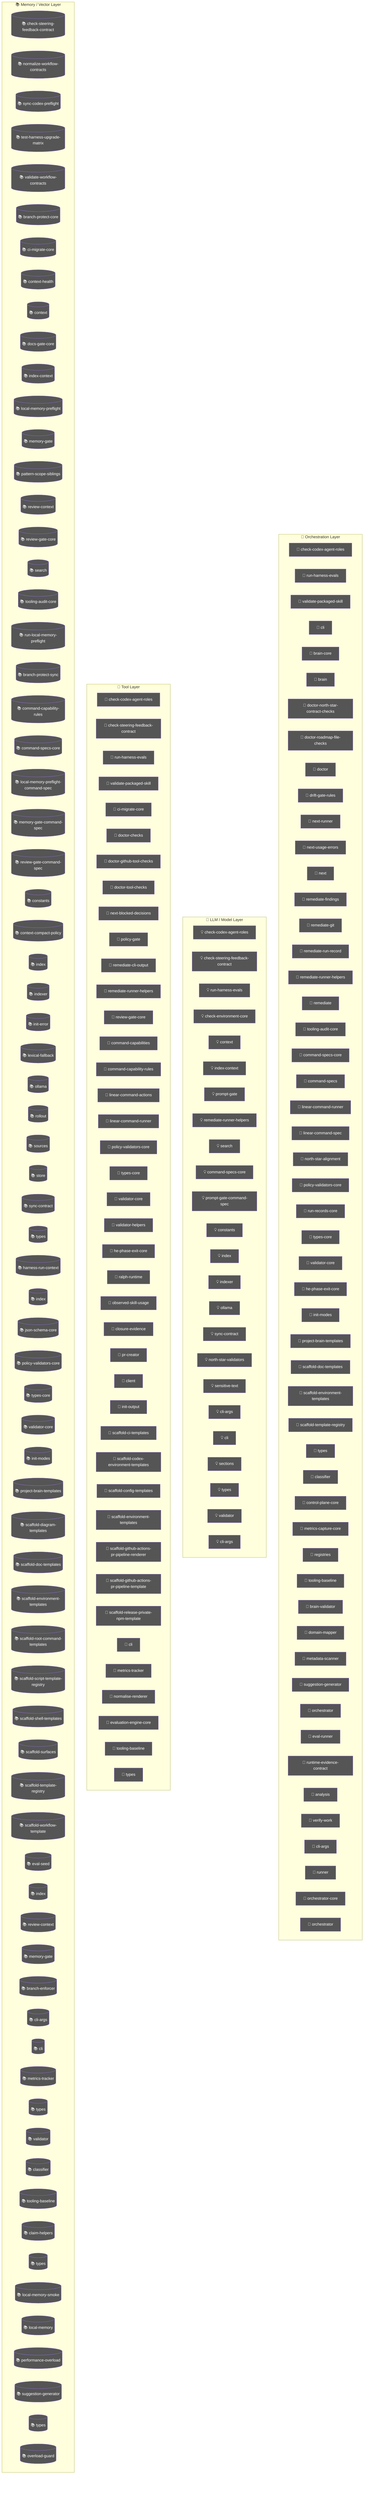
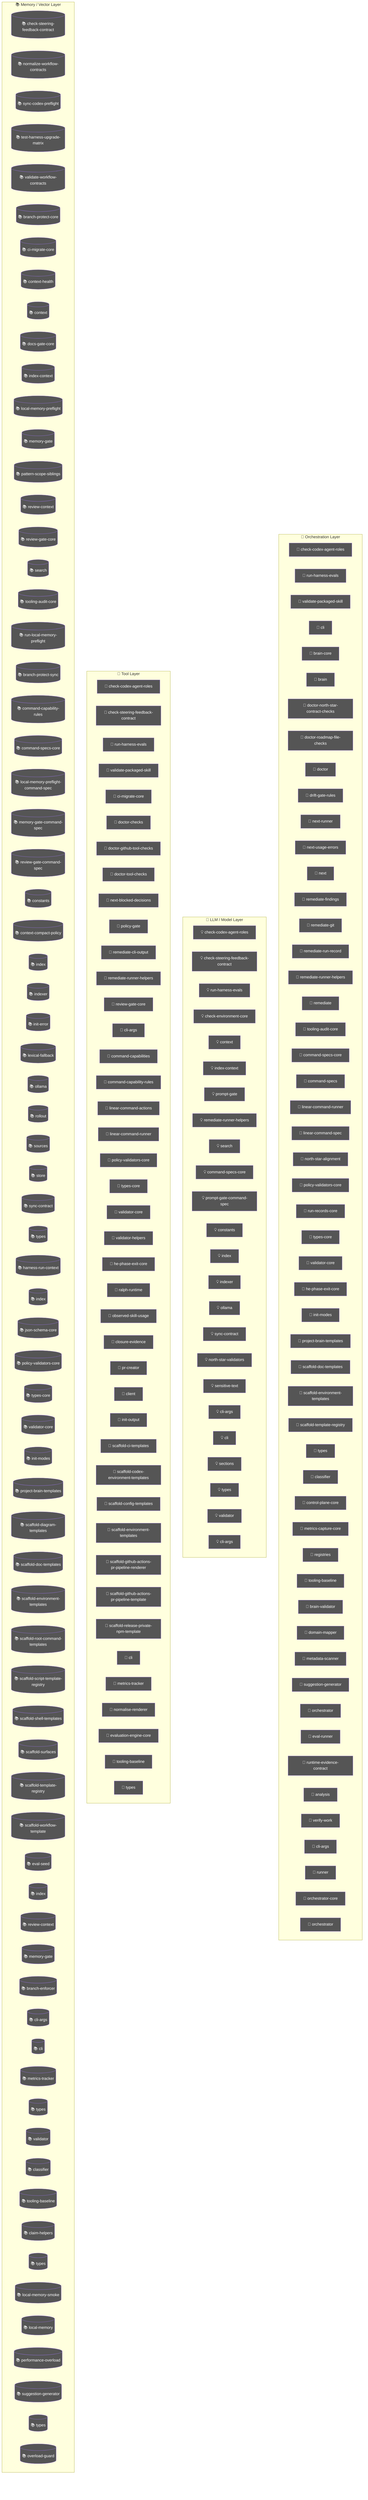
flowchart TD
  subgraph Orchestration["🎯 Orchestration Layer"]
    node_agent_mmd_orchestration_layer_orchestration_chec_7a9f0b64["🤖 check-codex-agent-roles"]
    node_agent_mmd_orchestration_layer_orchestration_run__18817957["🤖 run-harness-evals"]
    node_agent_mmd_orchestration_layer_orchestration_vali_c01b04be["🤖 validate-packaged-skill"]
    cli_99bb8840["🤖 cli"]
    brain_core_aa07c380["🤖 brain-core"]
    brain_bbbf7a64["🤖 brain"]
    doctor_north_star_contract_checks_0048124c["🤖 doctor-north-star-contract-checks"]
    doctor_roadmap_file_checks_14447b8e["🤖 doctor-roadmap-file-checks"]
    doctor_72f4be89["🤖 doctor"]
    drift_gate_rules_9685e72d["🤖 drift-gate-rules"]
    next_runner_41643472["🤖 next-runner"]
    next_usage_errors_837a345a["🤖 next-usage-errors"]
    next_c6c1c9a9["🤖 next"]
    remediate_findings_8b09c8c6["🤖 remediate-findings"]
    remediate_git_58c6f6f4["🤖 remediate-git"]
    remediate_run_record_9dfe5dc1["🤖 remediate-run-record"]
    node_agent_mmd_orchestration_layer_orchestration_reme_359fe98f["🤖 remediate-runner-helpers"]
    remediate_06b9c7fc["🤖 remediate"]
    node_agent_mmd_orchestration_layer_orchestration_tool_acfe0c01["🤖 tooling-audit-core"]
    node_agent_mmd_orchestration_layer_orchestration_comm_1f8cc24c["🤖 command-specs-core"]
    command_specs_69167c63["🤖 command-specs"]
    node_agent_mmd_orchestration_layer_orchestration_line_b67affd5["🤖 linear-command-runner"]
    linear_command_spec_1e12dd44["🤖 linear-command-spec"]
    north_star_alignment_00440188["🤖 north-star-alignment"]
    node_agent_mmd_orchestration_layer_orchestration_poli_3270b55d["🤖 policy-validators-core"]
    run_records_core_89286dfa["🤖 run-records-core"]
    node_agent_mmd_orchestration_layer_orchestration_type_7cf81261["🤖 types-core"]
    node_agent_mmd_orchestration_layer_orchestration_vali_d9fe99e6["🤖 validator-core"]
    node_agent_mmd_orchestration_layer_orchestration_he_p_fc778c24["🤖 he-phase-exit-core"]
    node_agent_mmd_orchestration_layer_orchestration_init_2a9c3ecb["🤖 init-modes"]
    node_agent_mmd_orchestration_layer_orchestration_proj_6ab6f60f["🤖 project-brain-templates"]
    node_agent_mmd_orchestration_layer_orchestration_scaf_12cc07db["🤖 scaffold-doc-templates"]
    node_agent_mmd_orchestration_layer_orchestration_scaf_c9a90c2f["🤖 scaffold-environment-templates"]
    node_agent_mmd_orchestration_layer_orchestration_scaf_ff8f92f6["🤖 scaffold-template-registry"]
    types_9_1db4641f["🤖 types"]
    node_agent_mmd_orchestration_layer_orchestration_clas_899b821a["🤖 classifier"]
    control_plane_core_db3b4cb2["🤖 control-plane-core"]
    metrics_capture_core_db4bf7cf["🤖 metrics-capture-core"]
    registries_06402afa["🤖 registries"]
    node_agent_mmd_orchestration_layer_orchestration_tool_cc43149f["🤖 tooling-baseline"]
    brain_validator_be251832["🤖 brain-validator"]
    domain_mapper_cd9333d2["🤖 domain-mapper"]
    metadata_scanner_6a101b66["🤖 metadata-scanner"]
    node_agent_mmd_orchestration_layer_orchestration_sugg_85c5ebe3["🤖 suggestion-generator"]
    orchestrator_11376b7e["🤖 orchestrator"]
    eval_runner_0966a6b3["🤖 eval-runner"]
    runtime_evidence_contract_0f7b15b2["🤖 runtime-evidence-contract"]
    analysis_f44e85c4["🤖 analysis"]
    verify_work_1_cd8e7ec3["🤖 verify-work"]
-     cli_args_10_861cdd3f["🤖 cli-args"]
+     cli_args_11_b6a64600["🤖 cli-args"]
    runner_527aa9f4["🤖 runner"]
    orchestrator_core_d0678b53["🤖 orchestrator-core"]
    orchestrator_1_6b7137c5["🤖 orchestrator"]
  end
  subgraph LLMLayer["🧠 LLM / Model Layer"]
    node_agent_mmd_llm_model_layer_llmlayer_check_codex_a_29e7b7fa["💡 check-codex-agent-roles"]
    node_agent_mmd_llm_model_layer_llmlayer_check_steerin_a7dbbd2f["💡 check-steering-feedback-contract"]
    node_agent_mmd_llm_model_layer_llmlayer_run_harness_e_603fcfdc["💡 run-harness-evals"]
    check_environment_core_2c16213f["💡 check-environment-core"]
    node_agent_mmd_llm_model_layer_llmlayer_context_conte_ad2dfbd9["💡 context"]
    node_agent_mmd_llm_model_layer_llmlayer_index_context_1041bd11["💡 index-context"]
    prompt_gate_c5e9d207["💡 prompt-gate"]
    node_agent_mmd_llm_model_layer_llmlayer_remediate_run_9e3d4585["💡 remediate-runner-helpers"]
    node_agent_mmd_llm_model_layer_llmlayer_search_search_66b9a911["💡 search"]
    node_agent_mmd_llm_model_layer_llmlayer_command_specs_782af9fa["💡 command-specs-core"]
    prompt_gate_command_spec_9a941482["💡 prompt-gate-command-spec"]
    node_agent_mmd_llm_model_layer_llmlayer_constants_con_c9bd3f6c["💡 constants"]
    node_agent_mmd_llm_model_layer_llmlayer_index_index_1_02e160ff["💡 index"]
    node_agent_mmd_llm_model_layer_llmlayer_indexer_index_4f4deef5["💡 indexer"]
    node_agent_mmd_llm_model_layer_llmlayer_ollama_ollama_968b23fa["💡 ollama"]
    node_agent_mmd_llm_model_layer_llmlayer_sync_contract_9f3cc8c1["💡 sync-contract"]
    north_star_validators_cfc926ce["💡 north-star-validators"]
    sensitive_text_7c11f760["💡 sensitive-text"]
-     cli_args_6_be6244ad["💡 cli-args"]
+     cli_args_7_16dab031["💡 cli-args"]
    cli_7_dc4a9f7f["💡 cli"]
    sections_4697ef32["💡 sections"]
    types_19_eb4ad5f0["💡 types"]
    validator_6_3688adbf["💡 validator"]
-     cli_args_7_16dab031["💡 cli-args"]
+     cli_args_8_d546936e["💡 cli-args"]
  end
  subgraph ToolLayer["🔧 Tool Layer"]
    node_agent_mmd_tool_layer_toollayer_check_codex_agent_4b361d5a["🔧 check-codex-agent-roles"]
    node_agent_mmd_tool_layer_toollayer_check_steering_fe_84ed22c2["🔧 check-steering-feedback-contract"]
    node_agent_mmd_tool_layer_toollayer_run_harness_evals_e2ee24f1["🔧 run-harness-evals"]
    node_agent_mmd_tool_layer_toollayer_validate_packaged_f6ed6f12["🔧 validate-packaged-skill"]
    node_agent_mmd_tool_layer_toollayer_ci_migrate_core_c_049f8460["🔧 ci-migrate-core"]
    doctor_checks_5a2eb2b9["🔧 doctor-checks"]
    doctor_github_tool_checks_a53b0382["🔧 doctor-github-tool-checks"]
    doctor_tool_checks_4acac51a["🔧 doctor-tool-checks"]
    next_blocked_decisions_4140ad2b["🔧 next-blocked-decisions"]
    policy_gate_213f7313["🔧 policy-gate"]
    remediate_cli_output_cc165396["🔧 remediate-cli-output"]
    node_agent_mmd_tool_layer_toollayer_remediate_runner__c003b871["🔧 remediate-runner-helpers"]
    node_agent_mmd_tool_layer_toollayer_review_gate_core__7704598b["🔧 review-gate-core"]
+     cli_args_1_6144b055["🔧 cli-args"]
    command_capabilities_a4d5c71e["🔧 command-capabilities"]
    node_agent_mmd_tool_layer_toollayer_command_capabilit_e97a4615["🔧 command-capability-rules"]
    linear_command_actions_e430f4f4["🔧 linear-command-actions"]
    node_agent_mmd_tool_layer_toollayer_linear_command_ru_d6763748["🔧 linear-command-runner"]
    node_agent_mmd_tool_layer_toollayer_policy_validators_af136abf["🔧 policy-validators-core"]
    node_agent_mmd_tool_layer_toollayer_types_core_types__6c8319b6["🔧 types-core"]
    node_agent_mmd_tool_layer_toollayer_validator_core_va_6ef6131f["🔧 validator-core"]
    validator_helpers_7b927667["🔧 validator-helpers"]
    node_agent_mmd_tool_layer_toollayer_he_phase_exit_cor_af016160["🔧 he-phase-exit-core"]
    ralph_runtime_73d63c0e["🔧 ralph-runtime"]
    observed_skill_usage_ed7d5930["🔧 observed-skill-usage"]
    closure_evidence_aaa31467["🔧 closure-evidence"]
    pr_creator_dc6b1ea4["🔧 pr-creator"]
    client_948fe603["🔧 client"]
    init_output_360dce91["🔧 init-output"]
    scaffold_ci_templates_2afd6392["🔧 scaffold-ci-templates"]
    scaffold_codex_environment_templates_334fbbed["🔧 scaffold-codex-environment-templates"]
    scaffold_config_templates_4b80ce53["🔧 scaffold-config-templates"]
    node_agent_mmd_tool_layer_toollayer_scaffold_environm_c1afc013["🔧 scaffold-environment-templates"]
    scaffold_github_actions_pr_pipeline_renderer_1ee18de5["🔧 scaffold-github-actions-pr-pipeline-renderer"]
    scaffold_github_actions_pr_pipeline_template_e2b85f62["🔧 scaffold-github-actions-pr-pipeline-template"]
    scaffold_release_private_npm_template_075499f8["🔧 scaffold-release-private-npm-template"]
    node_agent_mmd_tool_layer_toollayer_cli_cli_2_1_32d9eeaf["🔧 cli"]
    node_agent_mmd_tool_layer_toollayer_metrics_tracker_m_4c9237d8["🔧 metrics-tracker"]
    normalise_renderer_85f2e563["🔧 normalise-renderer"]
    evaluation_engine_core_e054fe49["🔧 evaluation-engine-core"]
    node_agent_mmd_tool_layer_toollayer_tooling_baseline__61e66e9f["🔧 tooling-baseline"]
    types_25_89d086aa["🔧 types"]
  end
  subgraph MemoryLayer["📚 Memory / Vector Layer"]
    node_agent_mmd_memory_vector_layer_memorylayer_check__d71f8993[("📚 check-steering-feedback-contract")]
    normalize_workflow_contracts_8701f1c8[("📚 normalize-workflow-contracts")]
    sync_codex_preflight_7e7a8dc2[("📚 sync-codex-preflight")]
    test_harness_upgrade_matrix_84113c4e[("📚 test-harness-upgrade-matrix")]
    validate_workflow_contracts_33dc063c[("📚 validate-workflow-contracts")]
    branch_protect_core_a8feb0fd[("📚 branch-protect-core")]
    node_agent_mmd_memory_vector_layer_memorylayer_ci_mig_0cd5b1a4[("📚 ci-migrate-core")]
    context_health_80bb7da9[("📚 context-health")]
    node_agent_mmd_memory_vector_layer_memorylayer_contex_78ceaaa9[("📚 context")]
    docs_gate_core_eb9b6c18[("📚 docs-gate-core")]
    node_agent_mmd_memory_vector_layer_memorylayer_index__6f3402d0[("📚 index-context")]
    local_memory_preflight_dcc36c42[("📚 local-memory-preflight")]
    memory_gate_a577a506[("📚 memory-gate")]
    pattern_scope_siblings_43abe000[("📚 pattern-scope-siblings")]
    review_context_ca6cf81d[("📚 review-context")]
    node_agent_mmd_memory_vector_layer_memorylayer_review_5bee9816[("📚 review-gate-core")]
    node_agent_mmd_memory_vector_layer_memorylayer_search_ac35cb7e[("📚 search")]
    node_agent_mmd_memory_vector_layer_memorylayer_toolin_a1185b8f[("📚 tooling-audit-core")]
    run_local_memory_preflight_36e92808[("📚 run-local-memory-preflight")]
    branch_protect_sync_570adb18[("📚 branch-protect-sync")]
    node_agent_mmd_memory_vector_layer_memorylayer_comman_c72a5d05[("📚 command-capability-rules")]
    node_agent_mmd_memory_vector_layer_memorylayer_comman_111eb454[("📚 command-specs-core")]
    local_memory_preflight_command_spec_9e23f3ce[("📚 local-memory-preflight-command-spec")]
    memory_gate_command_spec_dc9001a9[("📚 memory-gate-command-spec")]
    review_gate_command_spec_3187376a[("📚 review-gate-command-spec")]
    node_agent_mmd_memory_vector_layer_memorylayer_consta_702d3f46[("📚 constants")]
    context_compact_policy_3dcaf95d[("📚 context-compact-policy")]
    node_agent_mmd_memory_vector_layer_memorylayer_index__752bc61e[("📚 index")]
    node_agent_mmd_memory_vector_layer_memorylayer_indexe_93e6d86f[("📚 indexer")]
    init_error_5c7dd49f[("📚 init-error")]
    lexical_fallback_723e2b3e[("📚 lexical-fallback")]
    node_agent_mmd_memory_vector_layer_memorylayer_ollama_6d51be16[("📚 ollama")]
    rollout_a4fa034c[("📚 rollout")]
    sources_878a52fc[("📚 sources")]
    store_824d80d7[("📚 store")]
    node_agent_mmd_memory_vector_layer_memorylayer_sync_c_e43418bc[("📚 sync-contract")]
    types_4_822d0f88[("📚 types")]
    harness_run_context_ac7c77a9[("📚 harness-run-context")]
    index_1_faebc14e[("📚 index")]
    json_schema_core_96d7e328[("📚 json-schema-core")]
    node_agent_mmd_memory_vector_layer_memorylayer_policy_1944de42[("📚 policy-validators-core")]
    node_agent_mmd_memory_vector_layer_memorylayer_types__83f369fa[("📚 types-core")]
    node_agent_mmd_memory_vector_layer_memorylayer_valida_41034356[("📚 validator-core")]
    node_agent_mmd_memory_vector_layer_memorylayer_init_m_333d02c5[("📚 init-modes")]
    node_agent_mmd_memory_vector_layer_memorylayer_projec_3ae304d9[("📚 project-brain-templates")]
    scaffold_diagram_templates_dd88e83c[("📚 scaffold-diagram-templates")]
    node_agent_mmd_memory_vector_layer_memorylayer_scaffo_5fd73b94[("📚 scaffold-doc-templates")]
    node_agent_mmd_memory_vector_layer_memorylayer_scaffo_12b42341[("📚 scaffold-environment-templates")]
    scaffold_root_command_templates_404fed7f[("📚 scaffold-root-command-templates")]
    scaffold_script_template_registry_69312d4e[("📚 scaffold-script-template-registry")]
    scaffold_shell_templates_0ad0f915[("📚 scaffold-shell-templates")]
    scaffold_surfaces_12d6494e[("📚 scaffold-surfaces")]
    node_agent_mmd_memory_vector_layer_memorylayer_scaffo_a86eece1[("📚 scaffold-template-registry")]
    scaffold_workflow_template_92310587[("📚 scaffold-workflow-template")]
    eval_seed_5699fd3e[("📚 eval-seed")]
    index_4_013aa0e3[("📚 index")]
    review_context_1_e3afed15[("📚 review-context")]
    memory_gate_1_265164ac[("📚 memory-gate")]
    branch_enforcer_acb749cd[("📚 branch-enforcer")]
-     cli_args_3_371ad1f3[("📚 cli-args")]
+     cli_args_4_15572cd3[("📚 cli-args")]
    node_agent_mmd_memory_vector_layer_memorylayer_cli_cl_1f1f89ab[("📚 cli")]
    node_agent_mmd_memory_vector_layer_memorylayer_metric_12562178[("📚 metrics-tracker")]
    types_11_4be3ee64[("📚 types")]
    validator_4_5180cf23[("📚 validator")]
    node_agent_mmd_memory_vector_layer_memorylayer_classi_1ebbf5ff[("📚 classifier")]
    node_agent_mmd_memory_vector_layer_memorylayer_toolin_14f86b00[("📚 tooling-baseline")]
    claim_helpers_20dc8387[("📚 claim-helpers")]
    types_16_0fae1112[("📚 types")]
    local_memory_smoke_1175abfc[("📚 local-memory-smoke")]
    local_memory_0db17ecc[("📚 local-memory")]
    performance_overload_c685bfcf[("📚 performance-overload")]
    node_agent_mmd_memory_vector_layer_memorylayer_sugges_267f408d[("📚 suggestion-generator")]
    types_23_4352ee2e[("📚 types")]
    overload_guard_2748c559[("📚 overload-guard")]
  end
  classDef agentNode fill:#555,color:#fff
-   class node_agent_mmd_orchestration_layer_orchestration_chec_7a9f0b64,node_agent_mmd_llm_model_layer_llmlayer_check_codex_a_29e7b7fa,node_agent_mmd_tool_layer_toollayer_check_codex_agent_4b361d5a,node_agent_mmd_orchestration_layer_orchestration_run__18817957,node_agent_mmd_llm_model_layer_llmlayer_run_harness_e_603fcfdc,node_agent_mmd_tool_layer_toollayer_run_harness_evals_e2ee24f1,node_agent_mmd_orchestration_layer_orchestration_vali_c01b04be,node_agent_mmd_tool_layer_toollayer_validate_packaged_f6ed6f12,cli_99bb8840,brain_core_aa07c380,brain_bbbf7a64,doctor_north_star_contract_checks_0048124c,doctor_roadmap_file_checks_14447b8e,doctor_72f4be89,drift_gate_rules_9685e72d,next_runner_41643472,next_usage_errors_837a345a,next_c6c1c9a9,remediate_findings_8b09c8c6,remediate_git_58c6f6f4,remediate_run_record_9dfe5dc1,node_agent_mmd_orchestration_layer_orchestration_reme_359fe98f,node_agent_mmd_llm_model_layer_llmlayer_remediate_run_9e3d4585,node_agent_mmd_tool_layer_toollayer_remediate_runner__c003b871,remediate_06b9c7fc,node_agent_mmd_orchestration_layer_orchestration_tool_acfe0c01,node_agent_mmd_memory_vector_layer_memorylayer_toolin_a1185b8f,node_agent_mmd_orchestration_layer_orchestration_comm_1f8cc24c,node_agent_mmd_llm_model_layer_llmlayer_command_specs_782af9fa,node_agent_mmd_memory_vector_layer_memorylayer_comman_111eb454,command_specs_69167c63,node_agent_mmd_orchestration_layer_orchestration_line_b67affd5,node_agent_mmd_tool_layer_toollayer_linear_command_ru_d6763748,linear_command_spec_1e12dd44,north_star_alignment_00440188,node_agent_mmd_orchestration_layer_orchestration_poli_3270b55d,node_agent_mmd_tool_layer_toollayer_policy_validators_af136abf,node_agent_mmd_memory_vector_layer_memorylayer_policy_1944de42,run_records_core_89286dfa,node_agent_mmd_orchestration_layer_orchestration_type_7cf81261,node_agent_mmd_tool_layer_toollayer_types_core_types__6c8319b6,node_agent_mmd_memory_vector_layer_memorylayer_types__83f369fa,node_agent_mmd_orchestration_layer_orchestration_vali_d9fe99e6,node_agent_mmd_tool_layer_toollayer_validator_core_va_6ef6131f,node_agent_mmd_memory_vector_layer_memorylayer_valida_41034356,node_agent_mmd_orchestration_layer_orchestration_he_p_fc778c24,node_agent_mmd_tool_layer_toollayer_he_phase_exit_cor_af016160,node_agent_mmd_orchestration_layer_orchestration_init_2a9c3ecb,node_agent_mmd_memory_vector_layer_memorylayer_init_m_333d02c5,node_agent_mmd_orchestration_layer_orchestration_proj_6ab6f60f,node_agent_mmd_memory_vector_layer_memorylayer_projec_3ae304d9,node_agent_mmd_orchestration_layer_orchestration_scaf_12cc07db,node_agent_mmd_memory_vector_layer_memorylayer_scaffo_5fd73b94,node_agent_mmd_orchestration_layer_orchestration_scaf_c9a90c2f,node_agent_mmd_tool_layer_toollayer_scaffold_environm_c1afc013,node_agent_mmd_memory_vector_layer_memorylayer_scaffo_12b42341,node_agent_mmd_orchestration_layer_orchestration_scaf_ff8f92f6,node_agent_mmd_memory_vector_layer_memorylayer_scaffo_a86eece1,types_9_1db4641f,node_agent_mmd_orchestration_layer_orchestration_clas_899b821a,node_agent_mmd_memory_vector_layer_memorylayer_classi_1ebbf5ff,control_plane_core_db3b4cb2,metrics_capture_core_db4bf7cf,registries_06402afa,node_agent_mmd_orchestration_layer_orchestration_tool_cc43149f,node_agent_mmd_tool_layer_toollayer_tooling_baseline__61e66e9f,node_agent_mmd_memory_vector_layer_memorylayer_toolin_14f86b00,brain_validator_be251832,domain_mapper_cd9333d2,metadata_scanner_6a101b66,node_agent_mmd_orchestration_layer_orchestration_sugg_85c5ebe3,node_agent_mmd_memory_vector_layer_memorylayer_sugges_267f408d,orchestrator_11376b7e,eval_runner_0966a6b3,runtime_evidence_contract_0f7b15b2,analysis_f44e85c4,verify_work_1_cd8e7ec3,cli_args_10_861cdd3f,runner_527aa9f4,orchestrator_core_d0678b53,orchestrator_1_6b7137c5 agentNode
+   class node_agent_mmd_orchestration_layer_orchestration_chec_7a9f0b64,node_agent_mmd_llm_model_layer_llmlayer_check_codex_a_29e7b7fa,node_agent_mmd_tool_layer_toollayer_check_codex_agent_4b361d5a,node_agent_mmd_orchestration_layer_orchestration_run__18817957,node_agent_mmd_llm_model_layer_llmlayer_run_harness_e_603fcfdc,node_agent_mmd_tool_layer_toollayer_run_harness_evals_e2ee24f1,node_agent_mmd_orchestration_layer_orchestration_vali_c01b04be,node_agent_mmd_tool_layer_toollayer_validate_packaged_f6ed6f12,cli_99bb8840,brain_core_aa07c380,brain_bbbf7a64,doctor_north_star_contract_checks_0048124c,doctor_roadmap_file_checks_14447b8e,doctor_72f4be89,drift_gate_rules_9685e72d,next_runner_41643472,next_usage_errors_837a345a,next_c6c1c9a9,remediate_findings_8b09c8c6,remediate_git_58c6f6f4,remediate_run_record_9dfe5dc1,node_agent_mmd_orchestration_layer_orchestration_reme_359fe98f,node_agent_mmd_llm_model_layer_llmlayer_remediate_run_9e3d4585,node_agent_mmd_tool_layer_toollayer_remediate_runner__c003b871,remediate_06b9c7fc,node_agent_mmd_orchestration_layer_orchestration_tool_acfe0c01,node_agent_mmd_memory_vector_layer_memorylayer_toolin_a1185b8f,node_agent_mmd_orchestration_layer_orchestration_comm_1f8cc24c,node_agent_mmd_llm_model_layer_llmlayer_command_specs_782af9fa,node_agent_mmd_memory_vector_layer_memorylayer_comman_111eb454,command_specs_69167c63,node_agent_mmd_orchestration_layer_orchestration_line_b67affd5,node_agent_mmd_tool_layer_toollayer_linear_command_ru_d6763748,linear_command_spec_1e12dd44,north_star_alignment_00440188,node_agent_mmd_orchestration_layer_orchestration_poli_3270b55d,node_agent_mmd_tool_layer_toollayer_policy_validators_af136abf,node_agent_mmd_memory_vector_layer_memorylayer_policy_1944de42,run_records_core_89286dfa,node_agent_mmd_orchestration_layer_orchestration_type_7cf81261,node_agent_mmd_tool_layer_toollayer_types_core_types__6c8319b6,node_agent_mmd_memory_vector_layer_memorylayer_types__83f369fa,node_agent_mmd_orchestration_layer_orchestration_vali_d9fe99e6,node_agent_mmd_tool_layer_toollayer_validator_core_va_6ef6131f,node_agent_mmd_memory_vector_layer_memorylayer_valida_41034356,node_agent_mmd_orchestration_layer_orchestration_he_p_fc778c24,node_agent_mmd_tool_layer_toollayer_he_phase_exit_cor_af016160,node_agent_mmd_orchestration_layer_orchestration_init_2a9c3ecb,node_agent_mmd_memory_vector_layer_memorylayer_init_m_333d02c5,node_agent_mmd_orchestration_layer_orchestration_proj_6ab6f60f,node_agent_mmd_memory_vector_layer_memorylayer_projec_3ae304d9,node_agent_mmd_orchestration_layer_orchestration_scaf_12cc07db,node_agent_mmd_memory_vector_layer_memorylayer_scaffo_5fd73b94,node_agent_mmd_orchestration_layer_orchestration_scaf_c9a90c2f,node_agent_mmd_tool_layer_toollayer_scaffold_environm_c1afc013,node_agent_mmd_memory_vector_layer_memorylayer_scaffo_12b42341,node_agent_mmd_orchestration_layer_orchestration_scaf_ff8f92f6,node_agent_mmd_memory_vector_layer_memorylayer_scaffo_a86eece1,types_9_1db4641f,node_agent_mmd_orchestration_layer_orchestration_clas_899b821a,node_agent_mmd_memory_vector_layer_memorylayer_classi_1ebbf5ff,control_plane_core_db3b4cb2,metrics_capture_core_db4bf7cf,registries_06402afa,node_agent_mmd_orchestration_layer_orchestration_tool_cc43149f,node_agent_mmd_tool_layer_toollayer_tooling_baseline__61e66e9f,node_agent_mmd_memory_vector_layer_memorylayer_toolin_14f86b00,brain_validator_be251832,domain_mapper_cd9333d2,metadata_scanner_6a101b66,node_agent_mmd_orchestration_layer_orchestration_sugg_85c5ebe3,node_agent_mmd_memory_vector_layer_memorylayer_sugges_267f408d,orchestrator_11376b7e,eval_runner_0966a6b3,runtime_evidence_contract_0f7b15b2,analysis_f44e85c4,verify_work_1_cd8e7ec3,cli_args_11_b6a64600,runner_527aa9f4,orchestrator_core_d0678b53,orchestrator_1_6b7137c5 agentNode
  classDef llmNode fill:#555,color:#fff
-   class node_agent_mmd_orchestration_layer_orchestration_chec_7a9f0b64,node_agent_mmd_llm_model_layer_llmlayer_check_codex_a_29e7b7fa,node_agent_mmd_tool_layer_toollayer_check_codex_agent_4b361d5a,node_agent_mmd_llm_model_layer_llmlayer_check_steerin_a7dbbd2f,node_agent_mmd_tool_layer_toollayer_check_steering_fe_84ed22c2,node_agent_mmd_memory_vector_layer_memorylayer_check__d71f8993,node_agent_mmd_orchestration_layer_orchestration_run__18817957,node_agent_mmd_llm_model_layer_llmlayer_run_harness_e_603fcfdc,node_agent_mmd_tool_layer_toollayer_run_harness_evals_e2ee24f1,check_environment_core_2c16213f,node_agent_mmd_llm_model_layer_llmlayer_context_conte_ad2dfbd9,node_agent_mmd_memory_vector_layer_memorylayer_contex_78ceaaa9,node_agent_mmd_llm_model_layer_llmlayer_index_context_1041bd11,node_agent_mmd_memory_vector_layer_memorylayer_index__6f3402d0,prompt_gate_c5e9d207,node_agent_mmd_orchestration_layer_orchestration_reme_359fe98f,node_agent_mmd_llm_model_layer_llmlayer_remediate_run_9e3d4585,node_agent_mmd_tool_layer_toollayer_remediate_runner__c003b871,node_agent_mmd_llm_model_layer_llmlayer_search_search_66b9a911,node_agent_mmd_memory_vector_layer_memorylayer_search_ac35cb7e,node_agent_mmd_orchestration_layer_orchestration_comm_1f8cc24c,node_agent_mmd_llm_model_layer_llmlayer_command_specs_782af9fa,node_agent_mmd_memory_vector_layer_memorylayer_comman_111eb454,prompt_gate_command_spec_9a941482,node_agent_mmd_llm_model_layer_llmlayer_constants_con_c9bd3f6c,node_agent_mmd_memory_vector_layer_memorylayer_consta_702d3f46,node_agent_mmd_llm_model_layer_llmlayer_index_index_1_02e160ff,node_agent_mmd_memory_vector_layer_memorylayer_index__752bc61e,node_agent_mmd_llm_model_layer_llmlayer_indexer_index_4f4deef5,node_agent_mmd_memory_vector_layer_memorylayer_indexe_93e6d86f,node_agent_mmd_llm_model_layer_llmlayer_ollama_ollama_968b23fa,node_agent_mmd_memory_vector_layer_memorylayer_ollama_6d51be16,node_agent_mmd_llm_model_layer_llmlayer_sync_contract_9f3cc8c1,node_agent_mmd_memory_vector_layer_memorylayer_sync_c_e43418bc,north_star_validators_cfc926ce,sensitive_text_7c11f760,cli_args_6_be6244ad,cli_7_dc4a9f7f,sections_4697ef32,types_19_eb4ad5f0,validator_6_3688adbf,cli_args_7_16dab031 llmNode
+   class node_agent_mmd_orchestration_layer_orchestration_chec_7a9f0b64,node_agent_mmd_llm_model_layer_llmlayer_check_codex_a_29e7b7fa,node_agent_mmd_tool_layer_toollayer_check_codex_agent_4b361d5a,node_agent_mmd_llm_model_layer_llmlayer_check_steerin_a7dbbd2f,node_agent_mmd_tool_layer_toollayer_check_steering_fe_84ed22c2,node_agent_mmd_memory_vector_layer_memorylayer_check__d71f8993,node_agent_mmd_orchestration_layer_orchestration_run__18817957,node_agent_mmd_llm_model_layer_llmlayer_run_harness_e_603fcfdc,node_agent_mmd_tool_layer_toollayer_run_harness_evals_e2ee24f1,check_environment_core_2c16213f,node_agent_mmd_llm_model_layer_llmlayer_context_conte_ad2dfbd9,node_agent_mmd_memory_vector_layer_memorylayer_contex_78ceaaa9,node_agent_mmd_llm_model_layer_llmlayer_index_context_1041bd11,node_agent_mmd_memory_vector_layer_memorylayer_index__6f3402d0,prompt_gate_c5e9d207,node_agent_mmd_orchestration_layer_orchestration_reme_359fe98f,node_agent_mmd_llm_model_layer_llmlayer_remediate_run_9e3d4585,node_agent_mmd_tool_layer_toollayer_remediate_runner__c003b871,node_agent_mmd_llm_model_layer_llmlayer_search_search_66b9a911,node_agent_mmd_memory_vector_layer_memorylayer_search_ac35cb7e,node_agent_mmd_orchestration_layer_orchestration_comm_1f8cc24c,node_agent_mmd_llm_model_layer_llmlayer_command_specs_782af9fa,node_agent_mmd_memory_vector_layer_memorylayer_comman_111eb454,prompt_gate_command_spec_9a941482,node_agent_mmd_llm_model_layer_llmlayer_constants_con_c9bd3f6c,node_agent_mmd_memory_vector_layer_memorylayer_consta_702d3f46,node_agent_mmd_llm_model_layer_llmlayer_index_index_1_02e160ff,node_agent_mmd_memory_vector_layer_memorylayer_index__752bc61e,node_agent_mmd_llm_model_layer_llmlayer_indexer_index_4f4deef5,node_agent_mmd_memory_vector_layer_memorylayer_indexe_93e6d86f,node_agent_mmd_llm_model_layer_llmlayer_ollama_ollama_968b23fa,node_agent_mmd_memory_vector_layer_memorylayer_ollama_6d51be16,node_agent_mmd_llm_model_layer_llmlayer_sync_contract_9f3cc8c1,node_agent_mmd_memory_vector_layer_memorylayer_sync_c_e43418bc,north_star_validators_cfc926ce,sensitive_text_7c11f760,cli_args_7_16dab031,cli_7_dc4a9f7f,sections_4697ef32,types_19_eb4ad5f0,validator_6_3688adbf,cli_args_8_d546936e llmNode
  classDef toolNode fill:#555,color:#fff
-   class node_agent_mmd_orchestration_layer_orchestration_chec_7a9f0b64,node_agent_mmd_llm_model_layer_llmlayer_check_codex_a_29e7b7fa,node_agent_mmd_tool_layer_toollayer_check_codex_agent_4b361d5a,node_agent_mmd_llm_model_layer_llmlayer_check_steerin_a7dbbd2f,node_agent_mmd_tool_layer_toollayer_check_steering_fe_84ed22c2,node_agent_mmd_memory_vector_layer_memorylayer_check__d71f8993,node_agent_mmd_orchestration_layer_orchestration_run__18817957,node_agent_mmd_llm_model_layer_llmlayer_run_harness_e_603fcfdc,node_agent_mmd_tool_layer_toollayer_run_harness_evals_e2ee24f1,node_agent_mmd_orchestration_layer_orchestration_vali_c01b04be,node_agent_mmd_tool_layer_toollayer_validate_packaged_f6ed6f12,node_agent_mmd_tool_layer_toollayer_ci_migrate_core_c_049f8460,node_agent_mmd_memory_vector_layer_memorylayer_ci_mig_0cd5b1a4,doctor_checks_5a2eb2b9,doctor_github_tool_checks_a53b0382,doctor_tool_checks_4acac51a,next_blocked_decisions_4140ad2b,policy_gate_213f7313,remediate_cli_output_cc165396,node_agent_mmd_orchestration_layer_orchestration_reme_359fe98f,node_agent_mmd_llm_model_layer_llmlayer_remediate_run_9e3d4585,node_agent_mmd_tool_layer_toollayer_remediate_runner__c003b871,node_agent_mmd_tool_layer_toollayer_review_gate_core__7704598b,node_agent_mmd_memory_vector_layer_memorylayer_review_5bee9816,command_capabilities_a4d5c71e,node_agent_mmd_tool_layer_toollayer_command_capabilit_e97a4615,node_agent_mmd_memory_vector_layer_memorylayer_comman_c72a5d05,linear_command_actions_e430f4f4,node_agent_mmd_orchestration_layer_orchestration_line_b67affd5,node_agent_mmd_tool_layer_toollayer_linear_command_ru_d6763748,node_agent_mmd_orchestration_layer_orchestration_poli_3270b55d,node_agent_mmd_tool_layer_toollayer_policy_validators_af136abf,node_agent_mmd_memory_vector_layer_memorylayer_policy_1944de42,node_agent_mmd_orchestration_layer_orchestration_type_7cf81261,node_agent_mmd_tool_layer_toollayer_types_core_types__6c8319b6,node_agent_mmd_memory_vector_layer_memorylayer_types__83f369fa,node_agent_mmd_orchestration_layer_orchestration_vali_d9fe99e6,node_agent_mmd_tool_layer_toollayer_validator_core_va_6ef6131f,node_agent_mmd_memory_vector_layer_memorylayer_valida_41034356,validator_helpers_7b927667,node_agent_mmd_orchestration_layer_orchestration_he_p_fc778c24,node_agent_mmd_tool_layer_toollayer_he_phase_exit_cor_af016160,ralph_runtime_73d63c0e,observed_skill_usage_ed7d5930,closure_evidence_aaa31467,pr_creator_dc6b1ea4,client_948fe603,init_output_360dce91,scaffold_ci_templates_2afd6392,scaffold_codex_environment_templates_334fbbed,scaffold_config_templates_4b80ce53,node_agent_mmd_orchestration_layer_orchestration_scaf_c9a90c2f,node_agent_mmd_tool_layer_toollayer_scaffold_environm_c1afc013,node_agent_mmd_memory_vector_layer_memorylayer_scaffo_12b42341,scaffold_github_actions_pr_pipeline_renderer_1ee18de5,scaffold_github_actions_pr_pipeline_template_e2b85f62,scaffold_release_private_npm_template_075499f8,node_agent_mmd_tool_layer_toollayer_cli_cli_2_1_32d9eeaf,node_agent_mmd_memory_vector_layer_memorylayer_cli_cl_1f1f89ab,node_agent_mmd_tool_layer_toollayer_metrics_tracker_m_4c9237d8,node_agent_mmd_memory_vector_layer_memorylayer_metric_12562178,normalise_renderer_85f2e563,evaluation_engine_core_e054fe49,node_agent_mmd_orchestration_layer_orchestration_tool_cc43149f,node_agent_mmd_tool_layer_toollayer_tooling_baseline__61e66e9f,node_agent_mmd_memory_vector_layer_memorylayer_toolin_14f86b00,types_25_89d086aa toolNode
+   class node_agent_mmd_orchestration_layer_orchestration_chec_7a9f0b64,node_agent_mmd_llm_model_layer_llmlayer_check_codex_a_29e7b7fa,node_agent_mmd_tool_layer_toollayer_check_codex_agent_4b361d5a,node_agent_mmd_llm_model_layer_llmlayer_check_steerin_a7dbbd2f,node_agent_mmd_tool_layer_toollayer_check_steering_fe_84ed22c2,node_agent_mmd_memory_vector_layer_memorylayer_check__d71f8993,node_agent_mmd_orchestration_layer_orchestration_run__18817957,node_agent_mmd_llm_model_layer_llmlayer_run_harness_e_603fcfdc,node_agent_mmd_tool_layer_toollayer_run_harness_evals_e2ee24f1,node_agent_mmd_orchestration_layer_orchestration_vali_c01b04be,node_agent_mmd_tool_layer_toollayer_validate_packaged_f6ed6f12,node_agent_mmd_tool_layer_toollayer_ci_migrate_core_c_049f8460,node_agent_mmd_memory_vector_layer_memorylayer_ci_mig_0cd5b1a4,doctor_checks_5a2eb2b9,doctor_github_tool_checks_a53b0382,doctor_tool_checks_4acac51a,next_blocked_decisions_4140ad2b,policy_gate_213f7313,remediate_cli_output_cc165396,node_agent_mmd_orchestration_layer_orchestration_reme_359fe98f,node_agent_mmd_llm_model_layer_llmlayer_remediate_run_9e3d4585,node_agent_mmd_tool_layer_toollayer_remediate_runner__c003b871,node_agent_mmd_tool_layer_toollayer_review_gate_core__7704598b,node_agent_mmd_memory_vector_layer_memorylayer_review_5bee9816,cli_args_1_6144b055,command_capabilities_a4d5c71e,node_agent_mmd_tool_layer_toollayer_command_capabilit_e97a4615,node_agent_mmd_memory_vector_layer_memorylayer_comman_c72a5d05,linear_command_actions_e430f4f4,node_agent_mmd_orchestration_layer_orchestration_line_b67affd5,node_agent_mmd_tool_layer_toollayer_linear_command_ru_d6763748,node_agent_mmd_orchestration_layer_orchestration_poli_3270b55d,node_agent_mmd_tool_layer_toollayer_policy_validators_af136abf,node_agent_mmd_memory_vector_layer_memorylayer_policy_1944de42,node_agent_mmd_orchestration_layer_orchestration_type_7cf81261,node_agent_mmd_tool_layer_toollayer_types_core_types__6c8319b6,node_agent_mmd_memory_vector_layer_memorylayer_types__83f369fa,node_agent_mmd_orchestration_layer_orchestration_vali_d9fe99e6,node_agent_mmd_tool_layer_toollayer_validator_core_va_6ef6131f,node_agent_mmd_memory_vector_layer_memorylayer_valida_41034356,validator_helpers_7b927667,node_agent_mmd_orchestration_layer_orchestration_he_p_fc778c24,node_agent_mmd_tool_layer_toollayer_he_phase_exit_cor_af016160,ralph_runtime_73d63c0e,observed_skill_usage_ed7d5930,closure_evidence_aaa31467,pr_creator_dc6b1ea4,client_948fe603,init_output_360dce91,scaffold_ci_templates_2afd6392,scaffold_codex_environment_templates_334fbbed,scaffold_config_templates_4b80ce53,node_agent_mmd_orchestration_layer_orchestration_scaf_c9a90c2f,node_agent_mmd_tool_layer_toollayer_scaffold_environm_c1afc013,node_agent_mmd_memory_vector_layer_memorylayer_scaffo_12b42341,scaffold_github_actions_pr_pipeline_renderer_1ee18de5,scaffold_github_actions_pr_pipeline_template_e2b85f62,scaffold_release_private_npm_template_075499f8,node_agent_mmd_tool_layer_toollayer_cli_cli_2_1_32d9eeaf,node_agent_mmd_memory_vector_layer_memorylayer_cli_cl_1f1f89ab,node_agent_mmd_tool_layer_toollayer_metrics_tracker_m_4c9237d8,node_agent_mmd_memory_vector_layer_memorylayer_metric_12562178,normalise_renderer_85f2e563,evaluation_engine_core_e054fe49,node_agent_mmd_orchestration_layer_orchestration_tool_cc43149f,node_agent_mmd_tool_layer_toollayer_tooling_baseline__61e66e9f,node_agent_mmd_memory_vector_layer_memorylayer_toolin_14f86b00,types_25_89d086aa toolNode
  classDef memNode fill:#555,color:#fff
-   class node_agent_mmd_llm_model_layer_llmlayer_check_steerin_a7dbbd2f,node_agent_mmd_tool_layer_toollayer_check_steering_fe_84ed22c2,node_agent_mmd_memory_vector_layer_memorylayer_check__d71f8993,normalize_workflow_contracts_8701f1c8,sync_codex_preflight_7e7a8dc2,test_harness_upgrade_matrix_84113c4e,validate_workflow_contracts_33dc063c,branch_protect_core_a8feb0fd,node_agent_mmd_tool_layer_toollayer_ci_migrate_core_c_049f8460,node_agent_mmd_memory_vector_layer_memorylayer_ci_mig_0cd5b1a4,context_health_80bb7da9,node_agent_mmd_llm_model_layer_llmlayer_context_conte_ad2dfbd9,node_agent_mmd_memory_vector_layer_memorylayer_contex_78ceaaa9,docs_gate_core_eb9b6c18,node_agent_mmd_llm_model_layer_llmlayer_index_context_1041bd11,node_agent_mmd_memory_vector_layer_memorylayer_index__6f3402d0,local_memory_preflight_dcc36c42,memory_gate_a577a506,pattern_scope_siblings_43abe000,review_context_ca6cf81d,node_agent_mmd_tool_layer_toollayer_review_gate_core__7704598b,node_agent_mmd_memory_vector_layer_memorylayer_review_5bee9816,node_agent_mmd_llm_model_layer_llmlayer_search_search_66b9a911,node_agent_mmd_memory_vector_layer_memorylayer_search_ac35cb7e,node_agent_mmd_orchestration_layer_orchestration_tool_acfe0c01,node_agent_mmd_memory_vector_layer_memorylayer_toolin_a1185b8f,run_local_memory_preflight_36e92808,branch_protect_sync_570adb18,node_agent_mmd_tool_layer_toollayer_command_capabilit_e97a4615,node_agent_mmd_memory_vector_layer_memorylayer_comman_c72a5d05,node_agent_mmd_orchestration_layer_orchestration_comm_1f8cc24c,node_agent_mmd_llm_model_layer_llmlayer_command_specs_782af9fa,node_agent_mmd_memory_vector_layer_memorylayer_comman_111eb454,local_memory_preflight_command_spec_9e23f3ce,memory_gate_command_spec_dc9001a9,review_gate_command_spec_3187376a,node_agent_mmd_llm_model_layer_llmlayer_constants_con_c9bd3f6c,node_agent_mmd_memory_vector_layer_memorylayer_consta_702d3f46,context_compact_policy_3dcaf95d,node_agent_mmd_llm_model_layer_llmlayer_index_index_1_02e160ff,node_agent_mmd_memory_vector_layer_memorylayer_index__752bc61e,node_agent_mmd_llm_model_layer_llmlayer_indexer_index_4f4deef5,node_agent_mmd_memory_vector_layer_memorylayer_indexe_93e6d86f,init_error_5c7dd49f,lexical_fallback_723e2b3e,node_agent_mmd_llm_model_layer_llmlayer_ollama_ollama_968b23fa,node_agent_mmd_memory_vector_layer_memorylayer_ollama_6d51be16,rollout_a4fa034c,sources_878a52fc,store_824d80d7,node_agent_mmd_llm_model_layer_llmlayer_sync_contract_9f3cc8c1,node_agent_mmd_memory_vector_layer_memorylayer_sync_c_e43418bc,types_4_822d0f88,harness_run_context_ac7c77a9,index_1_faebc14e,json_schema_core_96d7e328,node_agent_mmd_orchestration_layer_orchestration_poli_3270b55d,node_agent_mmd_tool_layer_toollayer_policy_validators_af136abf,node_agent_mmd_memory_vector_layer_memorylayer_policy_1944de42,node_agent_mmd_orchestration_layer_orchestration_type_7cf81261,node_agent_mmd_tool_layer_toollayer_types_core_types__6c8319b6,node_agent_mmd_memory_vector_layer_memorylayer_types__83f369fa,node_agent_mmd_orchestration_layer_orchestration_vali_d9fe99e6,node_agent_mmd_tool_layer_toollayer_validator_core_va_6ef6131f,node_agent_mmd_memory_vector_layer_memorylayer_valida_41034356,node_agent_mmd_orchestration_layer_orchestration_init_2a9c3ecb,node_agent_mmd_memory_vector_layer_memorylayer_init_m_333d02c5,node_agent_mmd_orchestration_layer_orchestration_proj_6ab6f60f,node_agent_mmd_memory_vector_layer_memorylayer_projec_3ae304d9,scaffold_diagram_templates_dd88e83c,node_agent_mmd_orchestration_layer_orchestration_scaf_12cc07db,node_agent_mmd_memory_vector_layer_memorylayer_scaffo_5fd73b94,node_agent_mmd_orchestration_layer_orchestration_scaf_c9a90c2f,node_agent_mmd_tool_layer_toollayer_scaffold_environm_c1afc013,node_agent_mmd_memory_vector_layer_memorylayer_scaffo_12b42341,scaffold_root_command_templates_404fed7f,scaffold_script_template_registry_69312d4e,scaffold_shell_templates_0ad0f915,scaffold_surfaces_12d6494e,node_agent_mmd_orchestration_layer_orchestration_scaf_ff8f92f6,node_agent_mmd_memory_vector_layer_memorylayer_scaffo_a86eece1,scaffold_workflow_template_92310587,eval_seed_5699fd3e,index_4_013aa0e3,review_context_1_e3afed15,memory_gate_1_265164ac,branch_enforcer_acb749cd,cli_args_3_371ad1f3,node_agent_mmd_tool_layer_toollayer_cli_cli_2_1_32d9eeaf,node_agent_mmd_memory_vector_layer_memorylayer_cli_cl_1f1f89ab,node_agent_mmd_tool_layer_toollayer_metrics_tracker_m_4c9237d8,node_agent_mmd_memory_vector_layer_memorylayer_metric_12562178,types_11_4be3ee64,validator_4_5180cf23,node_agent_mmd_orchestration_layer_orchestration_clas_899b821a,node_agent_mmd_memory_vector_layer_memorylayer_classi_1ebbf5ff,node_agent_mmd_orchestration_layer_orchestration_tool_cc43149f,node_agent_mmd_tool_layer_toollayer_tooling_baseline__61e66e9f,node_agent_mmd_memory_vector_layer_memorylayer_toolin_14f86b00,claim_helpers_20dc8387,types_16_0fae1112,local_memory_smoke_1175abfc,local_memory_0db17ecc,performance_overload_c685bfcf,node_agent_mmd_orchestration_layer_orchestration_sugg_85c5ebe3,node_agent_mmd_memory_vector_layer_memorylayer_sugges_267f408d,types_23_4352ee2e,overload_guard_2748c559 memNode
+   class node_agent_mmd_llm_model_layer_llmlayer_check_steerin_a7dbbd2f,node_agent_mmd_tool_layer_toollayer_check_steering_fe_84ed22c2,node_agent_mmd_memory_vector_layer_memorylayer_check__d71f8993,normalize_workflow_contracts_8701f1c8,sync_codex_preflight_7e7a8dc2,test_harness_upgrade_matrix_84113c4e,validate_workflow_contracts_33dc063c,branch_protect_core_a8feb0fd,node_agent_mmd_tool_layer_toollayer_ci_migrate_core_c_049f8460,node_agent_mmd_memory_vector_layer_memorylayer_ci_mig_0cd5b1a4,context_health_80bb7da9,node_agent_mmd_llm_model_layer_llmlayer_context_conte_ad2dfbd9,node_agent_mmd_memory_vector_layer_memorylayer_contex_78ceaaa9,docs_gate_core_eb9b6c18,node_agent_mmd_llm_model_layer_llmlayer_index_context_1041bd11,node_agent_mmd_memory_vector_layer_memorylayer_index__6f3402d0,local_memory_preflight_dcc36c42,memory_gate_a577a506,pattern_scope_siblings_43abe000,review_context_ca6cf81d,node_agent_mmd_tool_layer_toollayer_review_gate_core__7704598b,node_agent_mmd_memory_vector_layer_memorylayer_review_5bee9816,node_agent_mmd_llm_model_layer_llmlayer_search_search_66b9a911,node_agent_mmd_memory_vector_layer_memorylayer_search_ac35cb7e,node_agent_mmd_orchestration_layer_orchestration_tool_acfe0c01,node_agent_mmd_memory_vector_layer_memorylayer_toolin_a1185b8f,run_local_memory_preflight_36e92808,branch_protect_sync_570adb18,node_agent_mmd_tool_layer_toollayer_command_capabilit_e97a4615,node_agent_mmd_memory_vector_layer_memorylayer_comman_c72a5d05,node_agent_mmd_orchestration_layer_orchestration_comm_1f8cc24c,node_agent_mmd_llm_model_layer_llmlayer_command_specs_782af9fa,node_agent_mmd_memory_vector_layer_memorylayer_comman_111eb454,local_memory_preflight_command_spec_9e23f3ce,memory_gate_command_spec_dc9001a9,review_gate_command_spec_3187376a,node_agent_mmd_llm_model_layer_llmlayer_constants_con_c9bd3f6c,node_agent_mmd_memory_vector_layer_memorylayer_consta_702d3f46,context_compact_policy_3dcaf95d,node_agent_mmd_llm_model_layer_llmlayer_index_index_1_02e160ff,node_agent_mmd_memory_vector_layer_memorylayer_index__752bc61e,node_agent_mmd_llm_model_layer_llmlayer_indexer_index_4f4deef5,node_agent_mmd_memory_vector_layer_memorylayer_indexe_93e6d86f,init_error_5c7dd49f,lexical_fallback_723e2b3e,node_agent_mmd_llm_model_layer_llmlayer_ollama_ollama_968b23fa,node_agent_mmd_memory_vector_layer_memorylayer_ollama_6d51be16,rollout_a4fa034c,sources_878a52fc,store_824d80d7,node_agent_mmd_llm_model_layer_llmlayer_sync_contract_9f3cc8c1,node_agent_mmd_memory_vector_layer_memorylayer_sync_c_e43418bc,types_4_822d0f88,harness_run_context_ac7c77a9,index_1_faebc14e,json_schema_core_96d7e328,node_agent_mmd_orchestration_layer_orchestration_poli_3270b55d,node_agent_mmd_tool_layer_toollayer_policy_validators_af136abf,node_agent_mmd_memory_vector_layer_memorylayer_policy_1944de42,node_agent_mmd_orchestration_layer_orchestration_type_7cf81261,node_agent_mmd_tool_layer_toollayer_types_core_types__6c8319b6,node_agent_mmd_memory_vector_layer_memorylayer_types__83f369fa,node_agent_mmd_orchestration_layer_orchestration_vali_d9fe99e6,node_agent_mmd_tool_layer_toollayer_validator_core_va_6ef6131f,node_agent_mmd_memory_vector_layer_memorylayer_valida_41034356,node_agent_mmd_orchestration_layer_orchestration_init_2a9c3ecb,node_agent_mmd_memory_vector_layer_memorylayer_init_m_333d02c5,node_agent_mmd_orchestration_layer_orchestration_proj_6ab6f60f,node_agent_mmd_memory_vector_layer_memorylayer_projec_3ae304d9,scaffold_diagram_templates_dd88e83c,node_agent_mmd_orchestration_layer_orchestration_scaf_12cc07db,node_agent_mmd_memory_vector_layer_memorylayer_scaffo_5fd73b94,node_agent_mmd_orchestration_layer_orchestration_scaf_c9a90c2f,node_agent_mmd_tool_layer_toollayer_scaffold_environm_c1afc013,node_agent_mmd_memory_vector_layer_memorylayer_scaffo_12b42341,scaffold_root_command_templates_404fed7f,scaffold_script_template_registry_69312d4e,scaffold_shell_templates_0ad0f915,scaffold_surfaces_12d6494e,node_agent_mmd_orchestration_layer_orchestration_scaf_ff8f92f6,node_agent_mmd_memory_vector_layer_memorylayer_scaffo_a86eece1,scaffold_workflow_template_92310587,eval_seed_5699fd3e,index_4_013aa0e3,review_context_1_e3afed15,memory_gate_1_265164ac,branch_enforcer_acb749cd,cli_args_4_15572cd3,node_agent_mmd_tool_layer_toollayer_cli_cli_2_1_32d9eeaf,node_agent_mmd_memory_vector_layer_memorylayer_cli_cl_1f1f89ab,node_agent_mmd_tool_layer_toollayer_metrics_tracker_m_4c9237d8,node_agent_mmd_memory_vector_layer_memorylayer_metric_12562178,types_11_4be3ee64,validator_4_5180cf23,node_agent_mmd_orchestration_layer_orchestration_clas_899b821a,node_agent_mmd_memory_vector_layer_memorylayer_classi_1ebbf5ff,node_agent_mmd_orchestration_layer_orchestration_tool_cc43149f,node_agent_mmd_tool_layer_toollayer_tooling_baseline__61e66e9f,node_agent_mmd_memory_vector_layer_memorylayer_toolin_14f86b00,claim_helpers_20dc8387,types_16_0fae1112,local_memory_smoke_1175abfc,local_memory_0db17ecc,performance_overload_c685bfcf,node_agent_mmd_orchestration_layer_orchestration_sugg_85c5ebe3,node_agent_mmd_memory_vector_layer_memorylayer_sugges_267f408d,types_23_4352ee2e,overload_guard_2748c559 memNode
